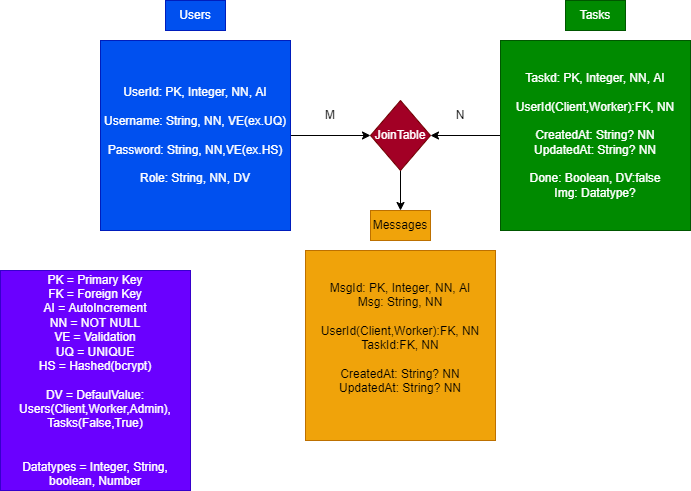
Before: test.drawio.png, a diagram exported from draw.io (abtiniths/supreme-potato). Source tidied: cells renumbered, new cells last; positions are measured from the earlier drawing's top-left corner, leaving out a move shared by most shapes.
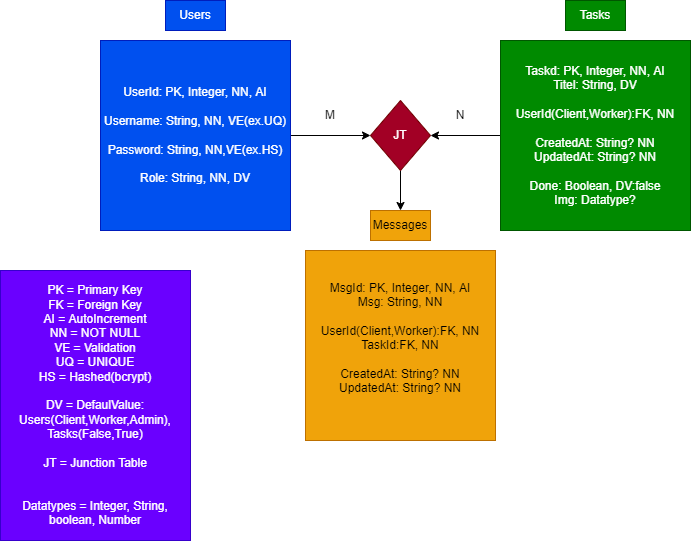
The same diagram one commit later.

What changed in the source:
```diff
@@ -11,13 +11,13 @@
     <mxCell id="4" value="Users" style="text;html=1;strokeColor=#001DBC;fillColor=#0050ef;align=center;verticalAlign=middle;whiteSpace=wrap;rounded=0;fontColor=#ffffff;" parent="1" vertex="1">
       <mxGeometry x="165" width="60" height="30" as="geometry" />
     </mxCell>
-    <mxCell id="5" value="PK = Primary Key&lt;br&gt;FK = Foreign Key&lt;br&gt;AI = AutoIncrement&lt;br&gt;NN = NOT NULL&lt;br&gt;VE = Validation&lt;br&gt;UQ = UNIQUE&lt;br&gt;HS = Hashed(bcrypt)&lt;br&gt;&lt;br&gt;DV = DefaulValue:&lt;br&gt;Users(Client,Worker,Admin),&lt;br&gt;Tasks(False,True)&lt;br&gt;&lt;br&gt;&lt;br&gt;Datatypes = Integer, String, boolean, Number" style="text;html=1;strokeColor=#3700CC;fillColor=#6a00ff;align=center;verticalAlign=middle;whiteSpace=wrap;rounded=0;fontColor=#ffffff;" parent="1" vertex="1">
-      <mxGeometry y="270" width="190" height="220" as="geometry" />
+    <mxCell id="5" value="PK = Primary Key&lt;br&gt;FK = Foreign Key&lt;br&gt;AI = AutoIncrement&lt;br&gt;NN = NOT NULL&lt;br&gt;VE = Validation&lt;br&gt;UQ = UNIQUE&lt;br&gt;HS = Hashed(bcrypt)&lt;br&gt;&lt;br&gt;DV = DefaulValue:&lt;br&gt;Users(Client,Worker,Admin),&lt;br&gt;Tasks(False,True)&lt;br&gt;&lt;br&gt;JT = Junction Table&lt;br&gt;&lt;br&gt;&lt;br&gt;Datatypes = Integer, String, boolean, Number" style="text;html=1;strokeColor=#3700CC;fillColor=#6a00ff;align=center;verticalAlign=middle;whiteSpace=wrap;rounded=0;fontColor=#ffffff;" parent="1" vertex="1">
+      <mxGeometry y="270" width="190" height="270" as="geometry" />
     </mxCell>
     <mxCell id="6" style="edgeStyle=none;html=1;entryX=1;entryY=0.5;entryDx=0;entryDy=0;" parent="1" edge="1" source="7" target="10">
       <mxGeometry relative="1" as="geometry" />
     </mxCell>
-    <mxCell id="7" value="&lt;span&gt;Taskd: PK, Integer, NN, AI&lt;br&gt;&lt;br&gt;&lt;/span&gt;UserId(Client,Worker):FK, NN&lt;br&gt;&lt;br&gt;CreatedAt: String? NN&lt;br&gt;UpdatedAt: String? NN&lt;br&gt;&lt;br&gt;Done: Boolean, DV:false&lt;br&gt;Img: Datatype?" style="whiteSpace=wrap;html=1;fillColor=#008a00;strokeColor=#005700;fontColor=#ffffff;" parent="1" vertex="1">
+    <mxCell id="7" value="&lt;span&gt;Taskd: PK, Integer, NN, AI&lt;br&gt;Titel: String, DV&lt;br&gt;&lt;br&gt;&lt;/span&gt;UserId(Client,Worker):FK, NN&lt;br&gt;&lt;br&gt;CreatedAt: String? NN&lt;br&gt;UpdatedAt: String? NN&lt;br&gt;&lt;br&gt;Done: Boolean, DV:false&lt;br&gt;Img: Datatype?" style="whiteSpace=wrap;html=1;fillColor=#008a00;strokeColor=#005700;fontColor=#ffffff;" parent="1" vertex="1">
       <mxGeometry x="500" y="40" width="190" height="190" as="geometry" />
     </mxCell>
     <mxCell id="8" value="Tasks" style="text;html=1;strokeColor=#005700;fillColor=#008a00;align=center;verticalAlign=middle;whiteSpace=wrap;rounded=0;fontColor=#ffffff;" parent="1" vertex="1">
@@ -26,7 +26,7 @@
     <mxCell id="9" style="edgeStyle=none;html=1;" parent="1" edge="1" source="10" target="14">
       <mxGeometry relative="1" as="geometry" />
     </mxCell>
-    <mxCell id="10" value="JoinTable" style="rhombus;whiteSpace=wrap;html=1;fillColor=#a20025;fontColor=#ffffff;strokeColor=#6F0000;" parent="1" vertex="1">
+    <mxCell id="10" value="JT" style="rhombus;whiteSpace=wrap;html=1;fillColor=#a20025;fontColor=#ffffff;strokeColor=#6F0000;" parent="1" vertex="1">
       <mxGeometry x="370" y="100" width="60" height="70" as="geometry" />
     </mxCell>
     <mxCell id="11" value="M" style="text;html=1;strokeColor=none;fillColor=none;align=center;verticalAlign=middle;whiteSpace=wrap;rounded=0;" parent="1" vertex="1">
```
